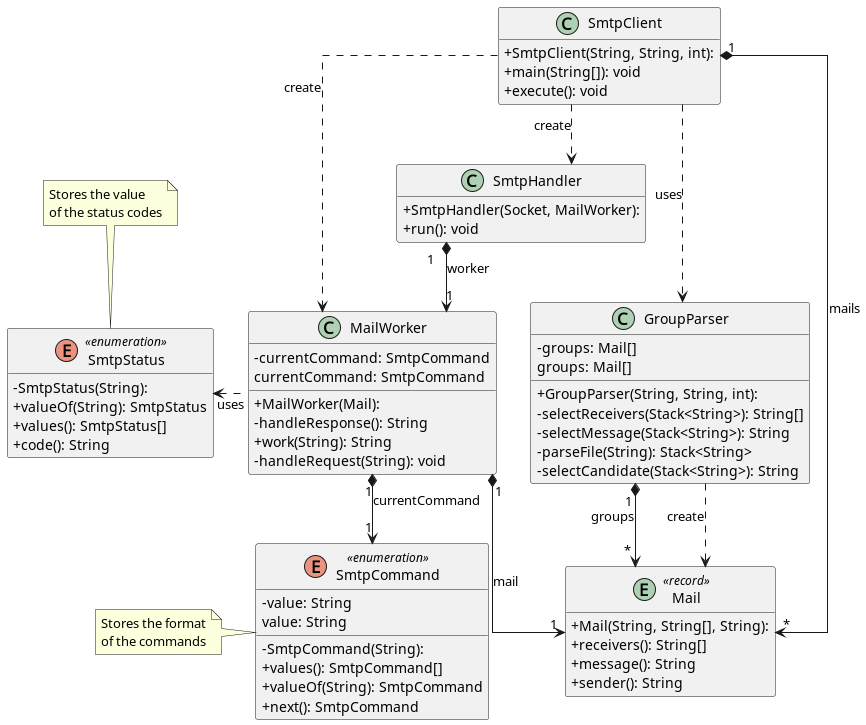
The PlantUML diagram doc/class_diagram.png in a-mango/dai-lab-smtp, before a commit.
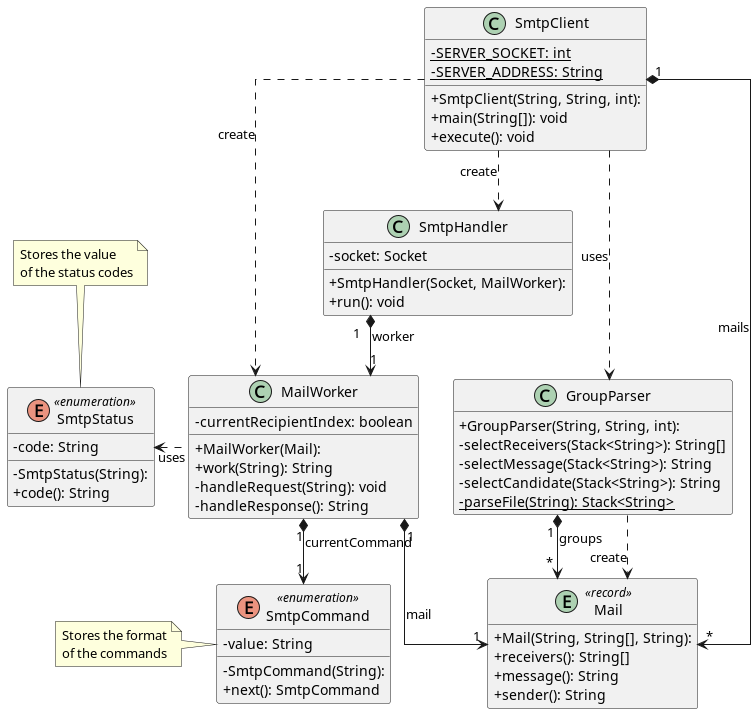
The same file after the commit.

Commit message:
doc: remove inferable attributes from class diagram

What changed in the source:
```diff
@@ -8,12 +8,10 @@
 
 class GroupParser {
   + GroupParser(String, String, int):
-  - groups: Mail[]
   - selectReceivers(Stack<String>): String[]
   - selectMessage(Stack<String>): String
-  - parseFile(String): Stack<String>
   - selectCandidate(Stack<String>): String
-   groups: Mail[]
+  - {static} parseFile(String): Stack<String>
 }
 entity Mail << record >> {
   + Mail(String, String[], String):
@@ -22,14 +20,15 @@
   + sender(): String
 }
 class MailWorker {
+  - currentRecipientIndex: boolean
   + MailWorker(Mail):
-  - currentCommand: SmtpCommand
-  - handleResponse(): String
   + work(String): String
   - handleRequest(String): void
-   currentCommand: SmtpCommand
+  - handleResponse(): String
 }
 class SmtpClient {
+  - {static} SERVER_SOCKET: int
+  - {static} SERVER_ADDRESS: String
   + SmtpClient(String, String, int):
   + main(String[]): void
   + execute(): void
@@ -37,32 +36,29 @@
 enum SmtpCommand << enumeration >> {
   - SmtpCommand(String):
   - value: String
-  + values(): SmtpCommand[]
-  + valueOf(String): SmtpCommand
   + next(): SmtpCommand
-   value: String
 }
 class SmtpHandler {
+  - socket: Socket
   + SmtpHandler(Socket, MailWorker):
   + run(): void
 }
 enum SmtpStatus << enumeration >> {
   - SmtpStatus(String):
-  + valueOf(String): SmtpStatus
-  + values(): SmtpStatus[]
+  - code: String
   + code(): String
 }
 
 GroupParser "1" *--> "*" Mail : "groups"
-GroupParser  ..>  Mail        : "«create»"
+GroupParser  ..>  Mail        : "create"
 MailWorker  "1" *--> "1" Mail : "mail"
 MailWorker  "1" *--> "1" SmtpCommand : "currentCommand"
-SmtpClient   ..>  GroupParser : "«uses»"
+SmtpClient   ..>  GroupParser : "uses"
 SmtpClient  "1" *--> "*" Mail : mails
-SmtpClient   ..>  MailWorker  : "«create»"
-SmtpClient   ..>  SmtpHandler : "«create»"
+SmtpClient ..>  MailWorker  : "create"
+SmtpClient ..>  SmtpHandler : "create"
 SmtpHandler "1" *--> "1" MailWorker : "worker"
-MailWorker .l.> SmtpStatus: "«uses»"
+MailWorker .l.> SmtpStatus: "uses"
 
 Note left of SmtpCommand: Stores the format\nof the commands
 Note top of SmtpStatus: Stores the value\nof the status codes
```
